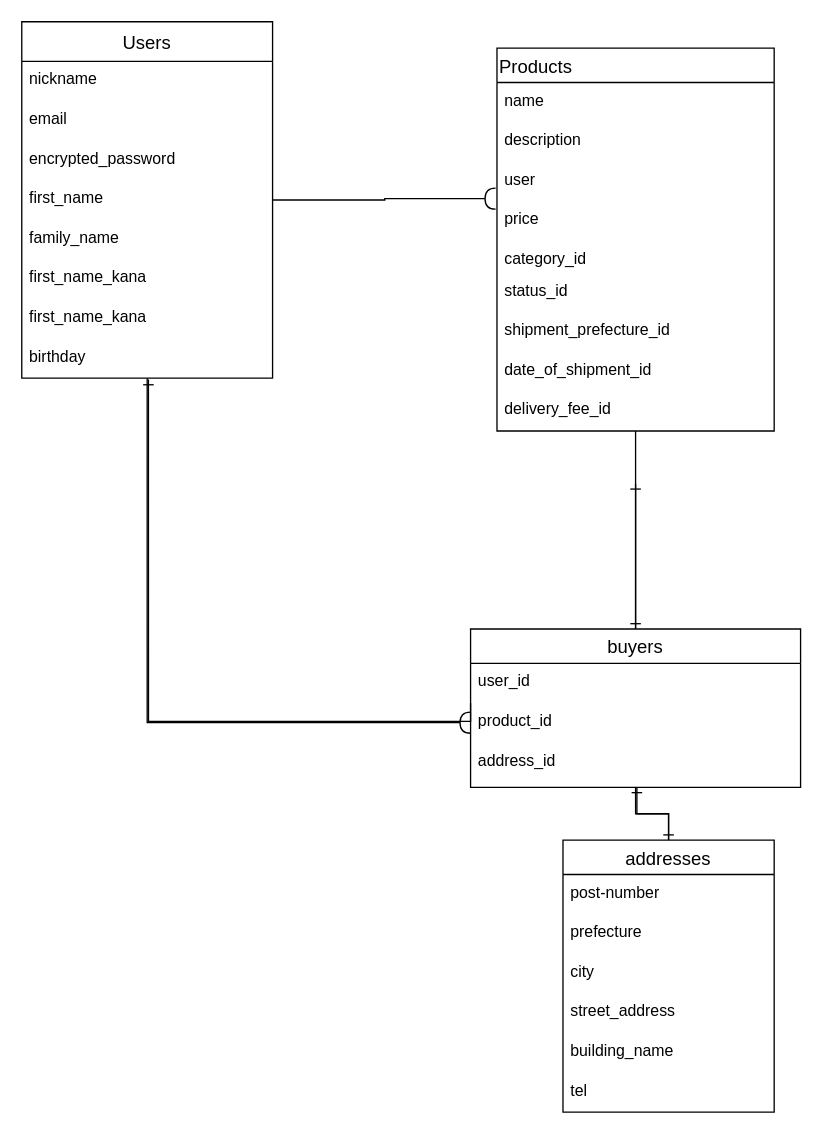
Before: lib/db_design.dio in KmgF/furima-30301, a draw.io diagram. Source tidied: cells renumbered, new cells numbered last; positions are measured from the earlier drawing's top-left corner, leaving out a move shared by most shapes. Both pictures are drawn from the tidied source at 132%, with x=0, y=0 at pixel (21, 21).
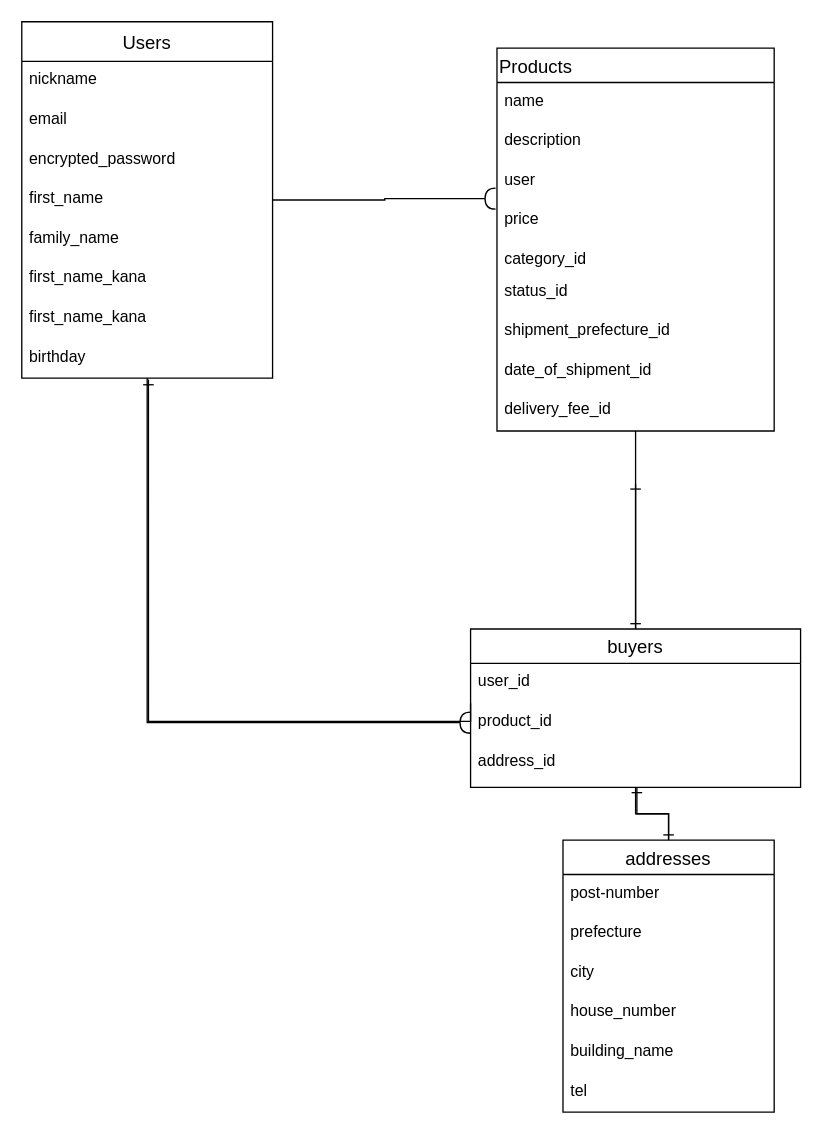
Above is the later version.

Commit message (it also covers changes not shown here):
番地カラムの名前訂正

postal_code→house_numberへ変更

The change refers to these unchanged cells:
```xml
<mxCell id="30" value="addresses" style="swimlane;fontStyle=0;horizontal=1;startSize=26;align=center;fontSize=14;" parent="1" vertex="1">
  <mxGeometry x="410" y="620" width="160" height="206" as="geometry" />
</mxCell>
```

Change to the diagram source:
```diff
@@
-    <mxCell id="34" value="street_address" style="text;strokeColor=none;fillColor=none;spacingLeft=4;spacingRight=4;overflow=hidden;fontSize=12;" parent="30" vertex="1">
+    <mxCell id="34" value="house_number" style="text;strokeColor=none;fillColor=none;spacingLeft=4;spacingRight=4;overflow=hidden;fontSize=12;" parent="30" vertex="1">
       <mxGeometry y="116" width="160" height="30" as="geometry" />
     </mxCell>
```
